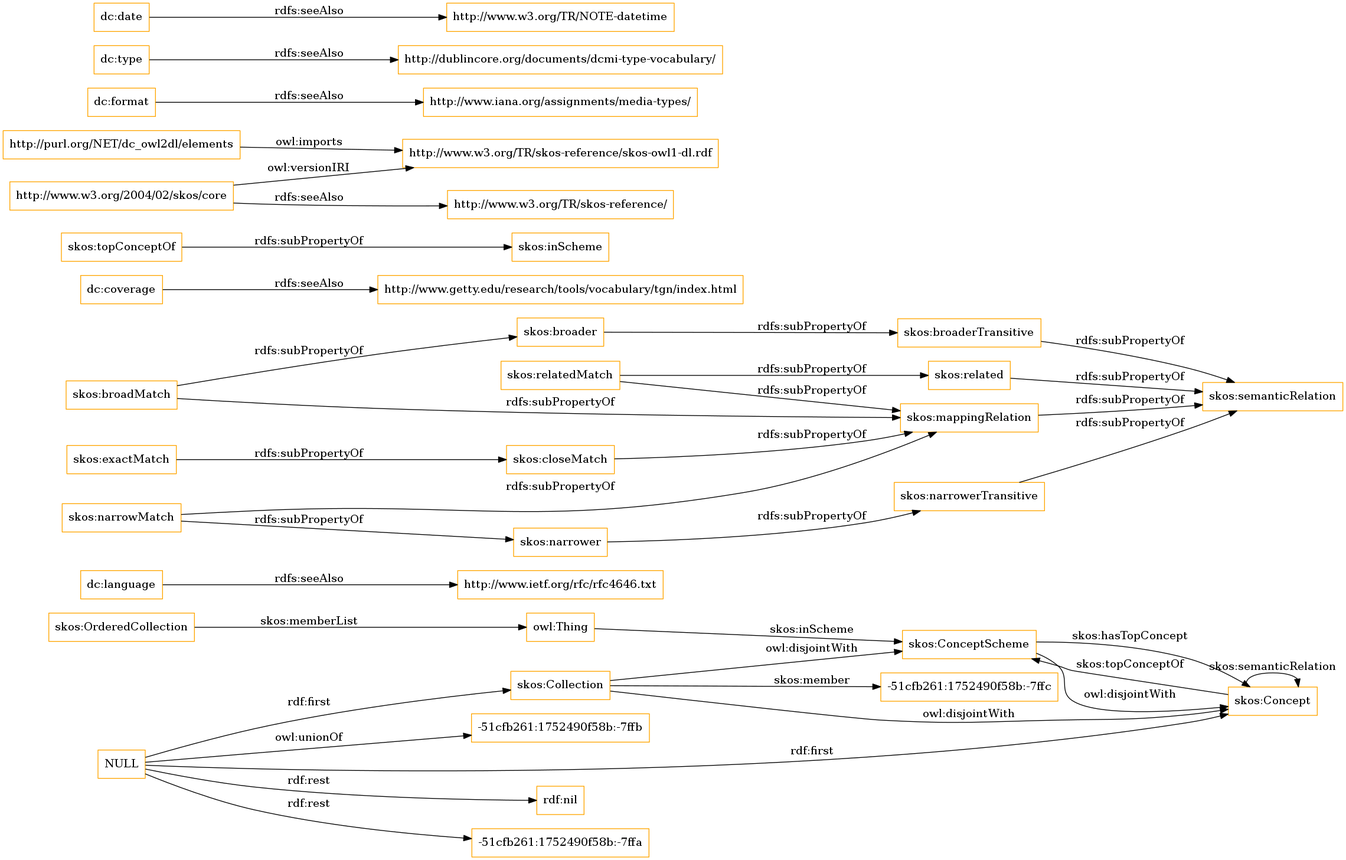
Before: OnToology/imports/elements.owl/diagrams/ar2dtool-class/elements.owl.png, a diagram exported from Graphviz (OnToologyUser/core-ontology-1). Its source is kept beside it as OnToology/imports/elements.owl/diagrams/ar2dtool-class/elements.owl.png.dot.
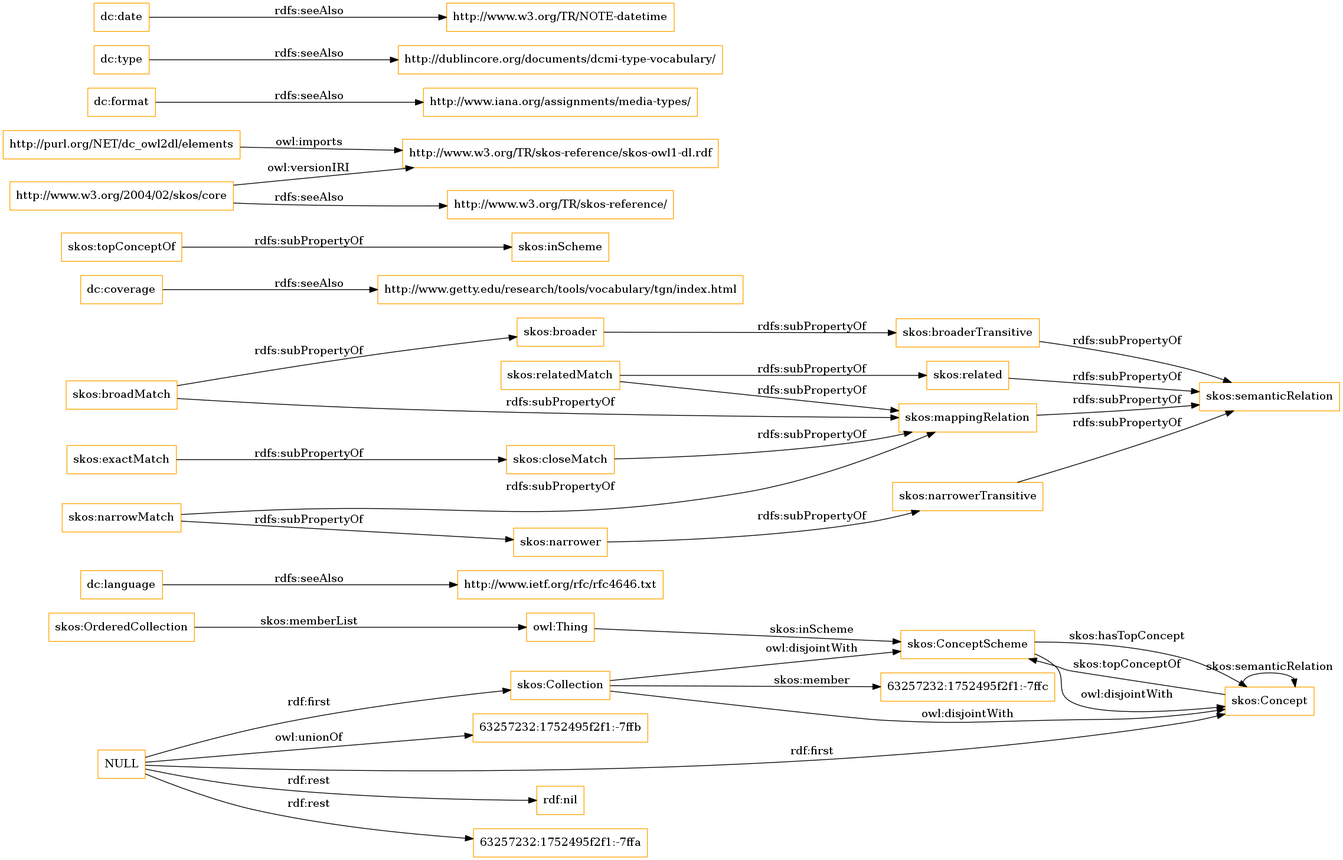
Above is the later version.

Diff of the diagram source:
```diff
@@ -1,13 +1,13 @@
 digraph ar2dtool_diagram {
 rankdir=LR;
 size="1501"
-node [shape = rectangle, color="orange"]; "-51cfb261:1752490f58b:-7ffc" "skos:OrderedCollection" "skos:Collection" "skos:ConceptScheme" "skos:Concept" ; /*classes style*/
+node [shape = rectangle, color="orange"]; "63257232:1752495f2f1:-7ffc" "skos:OrderedCollection" "skos:Collection" "skos:ConceptScheme" "skos:Concept" ; /*classes style*/
 	"dc:language" -> "http://www.ietf.org/rfc/rfc4646.txt" [ label = "rdfs:seeAlso" ];
 	"NULL" -> "rdf:nil" [ label = "rdf:rest" ];
 	"NULL" -> "skos:Collection" [ label = "rdf:first" ];
-	"NULL" -> "-51cfb261:1752490f58b:-7ffa" [ label = "rdf:rest" ];
+	"NULL" -> "63257232:1752495f2f1:-7ffa" [ label = "rdf:rest" ];
 	"NULL" -> "skos:Concept" [ label = "rdf:first" ];
-	"NULL" -> "-51cfb261:1752490f58b:-7ffb" [ label = "owl:unionOf" ];
+	"NULL" -> "63257232:1752495f2f1:-7ffb" [ label = "owl:unionOf" ];
 	"skos:closeMatch" -> "skos:mappingRelation" [ label = "rdfs:subPropertyOf" ];
 	"dc:coverage" -> "http://www.getty.edu/research/tools/vocabulary/tgn/index.html" [ label = "rdfs:seeAlso" ];
 	"skos:relatedMatch" -> "skos:related" [ label = "rdfs:subPropertyOf" ];
@@ -36,7 +36,7 @@
 	"skos:OrderedCollection" -> "owl:Thing" [ label = "skos:memberList" ];
 	"skos:Concept" -> "skos:ConceptScheme" [ label = "skos:topConceptOf" ];
 	"skos:Concept" -> "skos:Concept" [ label = "skos:semanticRelation" ];
-	"skos:Collection" -> "-51cfb261:1752490f58b:-7ffc" [ label = "skos:member" ];
+	"skos:Collection" -> "63257232:1752495f2f1:-7ffc" [ label = "skos:member" ];
 	"skos:ConceptScheme" -> "skos:Concept" [ label = "skos:hasTopConcept" ];
 	"owl:Thing" -> "skos:ConceptScheme" [ label = "skos:inScheme" ];
 
```
